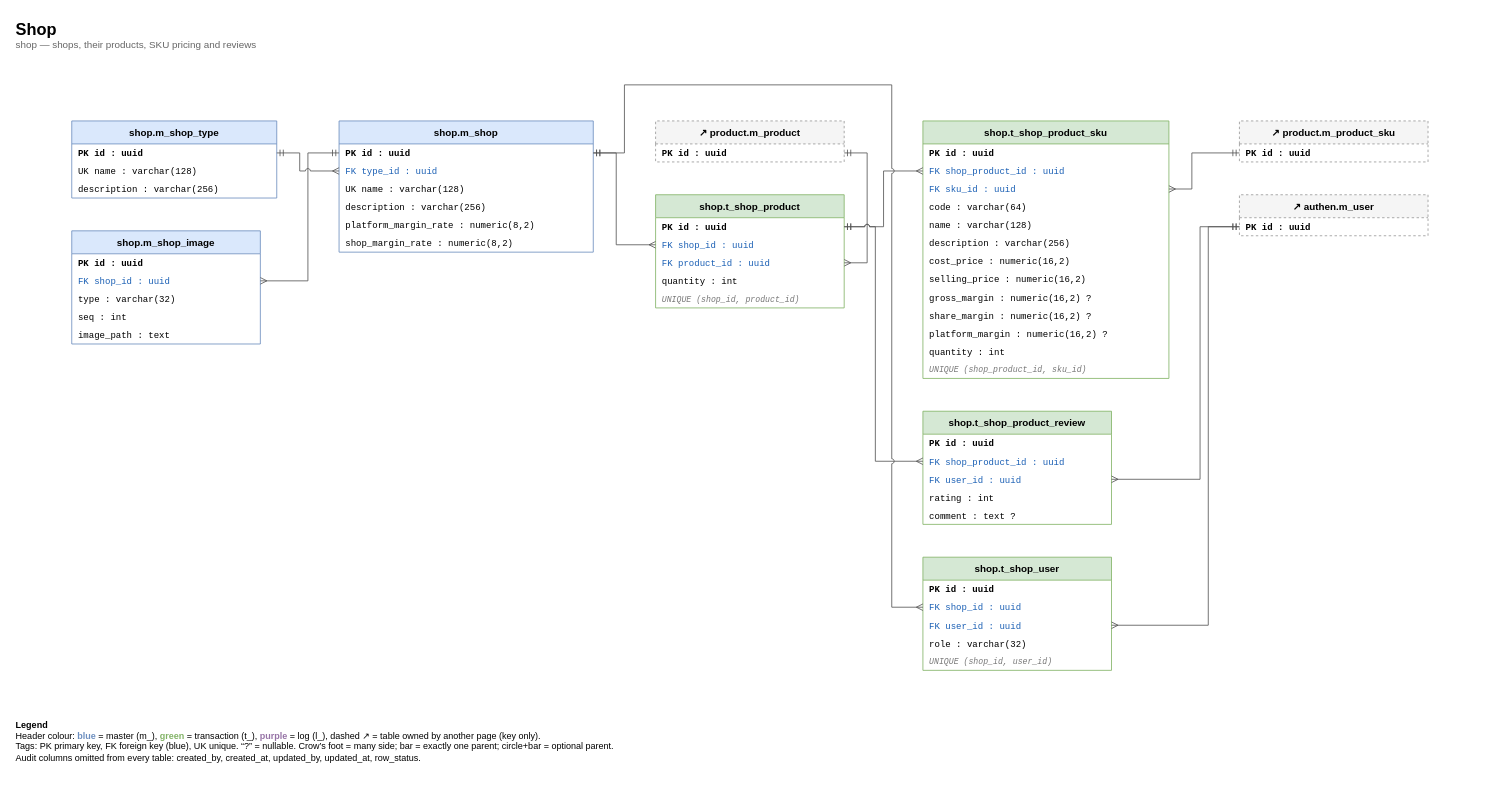
Earlier version of the draw.io diagram page "4 Shop" (5 of 8) of e-commerce/db/er-diagram.drawio (ittikornsopawan/system-analysis-and-design). Source tidied: cells renumbered, new cells numbered last; positions are measured from the earlier drawing's top-left corner, leaving out a move shared by most shapes. Both pictures are drawn from the tidied source at 82%, with x=0, y=0 at pixel (14, 14).
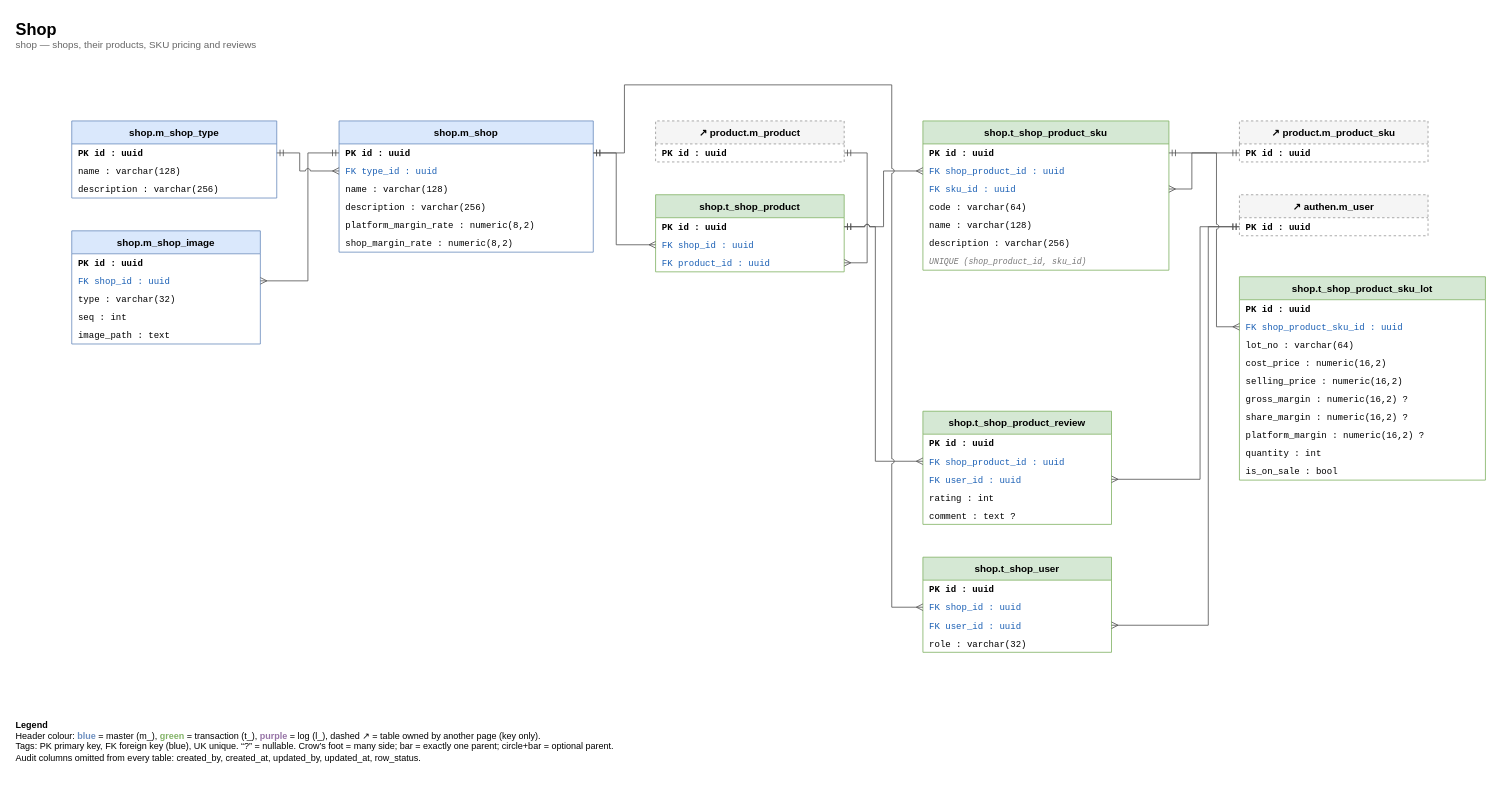
The same diagram, later.

Unchanged cells that the change refers to:
```xml
<mxCell id="3" value="shop.m_shop_type" style="swimlane;fontStyle=1;horizontal=1;startSize=28;fillColor=#dae8fc;strokeColor=#6c8ebf;swimlaneFillColor=#ffffff;fontSize=12;" parent="1" vertex="1">
  <mxGeometry x="70" y="130" width="250" height="94" as="geometry" />
</mxCell>
<mxCell id="13" value="shop.m_shop" style="swimlane;fontStyle=1;horizontal=1;startSize=28;fillColor=#dae8fc;strokeColor=#6c8ebf;swimlaneFillColor=#ffffff;fontSize=12;" parent="1" vertex="1">
  <mxGeometry x="396" y="130" width="310" height="160" as="geometry" />
</mxCell>
<mxCell id="29" value="PK    id : uuid" style="text;html=0;strokeColor=none;fillColor=none;align=left;verticalAlign=middle;spacingLeft=6;spacingRight=4;overflow=hidden;whiteSpace=nowrap;fontFamily=Courier New;fontSize=11;fontStyle=1;" parent="28" vertex="1">
  <mxGeometry y="28" width="300" height="22" as="geometry" />
</mxCell>
```

The edit, as a diff of the source:
```diff
@@
-    <mxCell id="5" value="UK    name : varchar(128)" style="text;html=0;strokeColor=none;fillColor=none;align=left;verticalAlign=middle;spacingLeft=6;spacingRight=4;overflow=hidden;whiteSpace=nowrap;fontFamily=Courier New;fontSize=11;" parent="3" vertex="1">
+    <mxCell id="5" value="      name : varchar(128)" style="text;html=0;strokeColor=none;fillColor=none;align=left;verticalAlign=middle;spacingLeft=6;spacingRight=4;overflow=hidden;whiteSpace=nowrap;fontFamily=Courier New;fontSize=11;" parent="3" vertex="1">
       <mxGeometry y="50" width="250" height="22" as="geometry" />
     </mxCell>
@@
-    <mxCell id="16" value="UK    name : varchar(128)" style="text;html=0;strokeColor=none;fillColor=none;align=left;verticalAlign=middle;spacingLeft=6;spacingRight=4;overflow=hidden;whiteSpace=nowrap;fontFamily=Courier New;fontSize=11;" parent="13" vertex="1">
+    <mxCell id="16" value="      name : varchar(128)" style="text;html=0;strokeColor=none;fillColor=none;align=left;verticalAlign=middle;spacingLeft=6;spacingRight=4;overflow=hidden;whiteSpace=nowrap;fontFamily=Courier New;fontSize=11;" parent="13" vertex="1">
       <mxGeometry y="72" width="310" height="22" as="geometry" />
     </mxCell>
@@
     <mxCell id="22" value="shop.t_shop_product" style="swimlane;fontStyle=1;horizontal=1;startSize=28;fillColor=#d5e8d4;strokeColor=#82b366;swimlaneFillColor=#ffffff;fontSize=12;" parent="1" vertex="1">
-      <mxGeometry x="782" y="220" width="230" height="138" as="geometry" />
+      <mxGeometry x="782" y="220" width="230" height="94" as="geometry" />
     </mxCell>
@@
-    <mxCell id="26" value="      quantity : int" style="text;html=0;strokeColor=none;fillColor=none;align=left;verticalAlign=middle;spacingLeft=6;spacingRight=4;overflow=hidden;whiteSpace=nowrap;fontFamily=Courier New;fontSize=11;" parent="22" vertex="1">
-      <mxGeometry y="94" width="230" height="22" as="geometry" />
-    </mxCell>
-    <mxCell id="27" value="UNIQUE (shop_id, product_id)" style="text;html=0;strokeColor=none;fillColor=none;align=left;verticalAlign=middle;spacingLeft=6;overflow=hidden;whiteSpace=nowrap;fontFamily=Courier New;fontSize=10;fontColor=#777777;fontStyle=2;" parent="22" vertex="1">
-      <mxGeometry y="116" width="230" height="22" as="geometry" />
-    </mxCell>
     <mxCell id="28" value="shop.t_shop_product_sku" style="swimlane;fontStyle=1;horizontal=1;startSize=28;fillColor=#d5e8d4;strokeColor=#82b366;swimlaneFillColor=#ffffff;fontSize=12;" parent="1" vertex="1">
-      <mxGeometry x="1108" y="130" width="300" height="314" as="geometry" />
+      <mxGeometry x="1108" y="130" width="300" height="182" as="geometry" />
     </mxCell>
@@
+    <mxCell id="41" value="UNIQUE (shop_product_id, sku_id)" style="text;html=0;strokeColor=none;fillColor=none;align=left;verticalAlign=middle;spacingLeft=6;overflow=hidden;whiteSpace=nowrap;fontFamily=Courier New;fontSize=10;fontColor=#777777;fontStyle=2;" parent="28" vertex="1">
+      <mxGeometry y="160" width="300" height="22" as="geometry" />
+    </mxCell>
+    <mxCell id="69" value="shop.t_shop_product_sku_lot" style="swimlane;fontStyle=1;horizontal=1;startSize=28;fillColor=#d5e8d4;strokeColor=#82b366;swimlaneFillColor=#ffffff;fontSize=12;" parent="1" vertex="1">
+      <mxGeometry x="1494" y="320" width="300" height="248" as="geometry" />
+    </mxCell>
+    <mxCell id="70" value="PK    id : uuid" style="text;html=0;strokeColor=none;fillColor=none;align=left;verticalAlign=middle;spacingLeft=6;spacingRight=4;overflow=hidden;whiteSpace=nowrap;fontFamily=Courier New;fontSize=11;fontStyle=1;" parent="69" vertex="1">
+      <mxGeometry y="28" width="300" height="22" as="geometry" />
+    </mxCell>
+    <mxCell id="71" value="FK    shop_product_sku_id : uuid" style="text;html=0;strokeColor=none;fillColor=none;align=left;verticalAlign=middle;spacingLeft=6;spacingRight=4;overflow=hidden;whiteSpace=nowrap;fontFamily=Courier New;fontSize=11;fontColor=#1a5fb4;" parent="69" vertex="1">
+      <mxGeometry y="50" width="300" height="22" as="geometry" />
+    </mxCell>
+    <mxCell id="72" value="      lot_no : varchar(64)" style="text;html=0;strokeColor=none;fillColor=none;align=left;verticalAlign=middle;spacingLeft=6;spacingRight=4;overflow=hidden;whiteSpace=nowrap;fontFamily=Courier New;fontSize=11;" parent="69" vertex="1">
+      <mxGeometry y="72" width="300" height="22" as="geometry" />
+    </mxCell>
-    <mxCell id="35" value="      cost_price : numeric(16,2)" style="text;html=0;strokeColor=none;fillColor=none;align=left;verticalAlign=middle;spacingLeft=6;spacingRight=4;overflow=hidden;whiteSpace=nowrap;fontFamily=Courier New;fontSize=11;" parent="28" vertex="1">
-      <mxGeometry y="160" width="300" height="22" as="geometry" />
+    <mxCell id="35" value="      cost_price : numeric(16,2)" style="text;html=0;strokeColor=none;fillColor=none;align=left;verticalAlign=middle;spacingLeft=6;spacingRight=4;overflow=hidden;whiteSpace=nowrap;fontFamily=Courier New;fontSize=11;" parent="69" vertex="1">
+      <mxGeometry y="94" width="300" height="22" as="geometry" />
     </mxCell>
-    <mxCell id="36" value="      selling_price : numeric(16,2)" style="text;html=0;strokeColor=none;fillColor=none;align=left;verticalAlign=middle;spacingLeft=6;spacingRight=4;overflow=hidden;whiteSpace=nowrap;fontFamily=Courier New;fontSize=11;" parent="28" vertex="1">
-      <mxGeometry y="182" width="300" height="22" as="geometry" />
+    <mxCell id="36" value="      selling_price : numeric(16,2)" style="text;html=0;strokeColor=none;fillColor=none;align=left;verticalAlign=middle;spacingLeft=6;spacingRight=4;overflow=hidden;whiteSpace=nowrap;fontFamily=Courier New;fontSize=11;" parent="69" vertex="1">
+      <mxGeometry y="116" width="300" height="22" as="geometry" />
     </mxCell>
-    <mxCell id="37" value="      gross_margin : numeric(16,2) ?" style="text;html=0;strokeColor=none;fillColor=none;align=left;verticalAlign=middle;spacingLeft=6;spacingRight=4;overflow=hidden;whiteSpace=nowrap;fontFamily=Courier New;fontSize=11;" parent="28" vertex="1">
-      <mxGeometry y="204" width="300" height="22" as="geometry" />
+    <mxCell id="37" value="      gross_margin : numeric(16,2) ?" style="text;html=0;strokeColor=none;fillColor=none;align=left;verticalAlign=middle;spacingLeft=6;spacingRight=4;overflow=hidden;whiteSpace=nowrap;fontFamily=Courier New;fontSize=11;" parent="69" vertex="1">
+      <mxGeometry y="138" width="300" height="22" as="geometry" />
     </mxCell>
-    <mxCell id="38" value="      share_margin : numeric(16,2) ?" style="text;html=0;strokeColor=none;fillColor=none;align=left;verticalAlign=middle;spacingLeft=6;spacingRight=4;overflow=hidden;whiteSpace=nowrap;fontFamily=Courier New;fontSize=11;" parent="28" vertex="1">
-      <mxGeometry y="226" width="300" height="22" as="geometry" />
+    <mxCell id="38" value="      share_margin : numeric(16,2) ?" style="text;html=0;strokeColor=none;fillColor=none;align=left;verticalAlign=middle;spacingLeft=6;spacingRight=4;overflow=hidden;whiteSpace=nowrap;fontFamily=Courier New;fontSize=11;" parent="69" vertex="1">
+      <mxGeometry y="160" width="300" height="22" as="geometry" />
     </mxCell>
-    <mxCell id="39" value="      platform_margin : numeric(16,2) ?" style="text;html=0;strokeColor=none;fillColor=none;align=left;verticalAlign=middle;spacingLeft=6;spacingRight=4;overflow=hidden;whiteSpace=nowrap;fontFamily=Courier New;fontSize=11;" parent="28" vertex="1">
-      <mxGeometry y="248" width="300" height="22" as="geometry" />
+    <mxCell id="39" value="      platform_margin : numeric(16,2) ?" style="text;html=0;strokeColor=none;fillColor=none;align=left;verticalAlign=middle;spacingLeft=6;spacingRight=4;overflow=hidden;whiteSpace=nowrap;fontFamily=Courier New;fontSize=11;" parent="69" vertex="1">
+      <mxGeometry y="182" width="300" height="22" as="geometry" />
     </mxCell>
-    <mxCell id="40" value="      quantity : int" style="text;html=0;strokeColor=none;fillColor=none;align=left;verticalAlign=middle;spacingLeft=6;spacingRight=4;overflow=hidden;whiteSpace=nowrap;fontFamily=Courier New;fontSize=11;" parent="28" vertex="1">
-      <mxGeometry y="270" width="300" height="22" as="geometry" />
-    </mxCell>
-    <mxCell id="41" value="UNIQUE (shop_product_id, sku_id)" style="text;html=0;strokeColor=none;fillColor=none;align=left;verticalAlign=middle;spacingLeft=6;overflow=hidden;whiteSpace=nowrap;fontFamily=Courier New;fontSize=10;fontColor=#777777;fontStyle=2;" parent="28" vertex="1">
-      <mxGeometry y="292" width="300" height="22" as="geometry" />
-    </mxCell>
+    <mxCell id="73" value="      quantity : int" style="text;html=0;strokeColor=none;fillColor=none;align=left;verticalAlign=middle;spacingLeft=6;spacingRight=4;overflow=hidden;whiteSpace=nowrap;fontFamily=Courier New;fontSize=11;" parent="69" vertex="1">
+      <mxGeometry y="204" width="300" height="22" as="geometry" />
+    </mxCell>
+    <mxCell id="74" value="      is_on_sale : bool" style="text;html=0;strokeColor=none;fillColor=none;align=left;verticalAlign=middle;spacingLeft=6;spacingRight=4;overflow=hidden;whiteSpace=nowrap;fontFamily=Courier New;fontSize=11;" parent="69" vertex="1">
+      <mxGeometry y="226" width="300" height="22" as="geometry" />
+    </mxCell>
@@
     <mxCell id="48" value="shop.t_shop_user" style="swimlane;fontStyle=1;horizontal=1;startSize=28;fillColor=#d5e8d4;strokeColor=#82b366;swimlaneFillColor=#ffffff;fontSize=12;" parent="1" vertex="1">
-      <mxGeometry x="1108" y="662" width="230" height="138" as="geometry" />
+      <mxGeometry x="1108" y="662" width="230" height="116" as="geometry" />
     </mxCell>
@@
-    <mxCell id="53" value="UNIQUE (shop_id, user_id)" style="text;html=0;strokeColor=none;fillColor=none;align=left;verticalAlign=middle;spacingLeft=6;overflow=hidden;whiteSpace=nowrap;fontFamily=Courier New;fontSize=10;fontColor=#777777;fontStyle=2;" parent="48" vertex="1">
-      <mxGeometry y="116" width="230" height="22" as="geometry" />
-    </mxCell>
@@
+    <mxCell id="75" style="html=1;rounded=0;jumpStyle=arc;jumpSize=6;startArrow=ERmany;startFill=0;endArrow=ERmandOne;endFill=0;strokeColor=#555555;exitX=0;exitY=0.5;exitDx=0;exitDy=0;entryX=1;entryY=0.5;entryDx=0;entryDy=0;" parent="1" edge="1" source="71" target="29">
+      <mxGeometry relative="1" as="geometry">
+        <Array as="points">
+          <mxPoint x="1466" y="381" />
+          <mxPoint x="1466" y="169" />
+        </Array>
+      </mxGeometry>
+    </mxCell>
```
